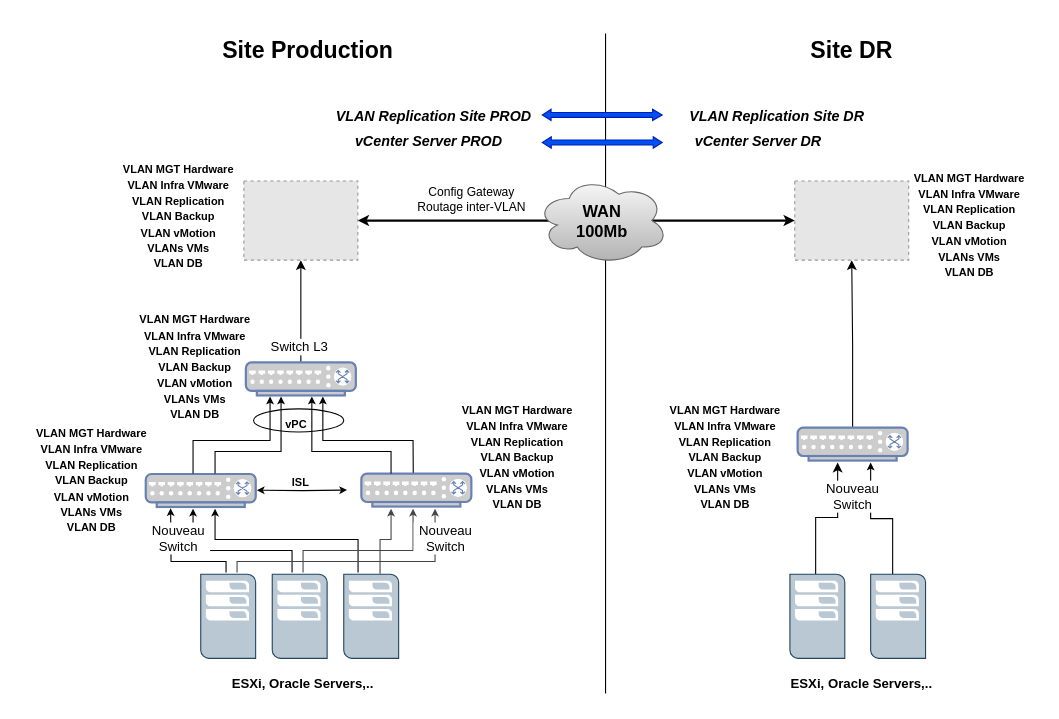
Earlier version of the draw.io diagram BIM_Network_F.drawio (DrXneaky/Diagram). Source tidied: cells renumbered, new cells numbered last; positions are measured from the earlier drawing's top-left corner, leaving out a move shared by most shapes. Both pictures are drawn from the tidied source at 110%, with x=0, y=0 at pixel (20, 33). Pictures stored in the file or linked from it are replaced by grey dashed boxes.
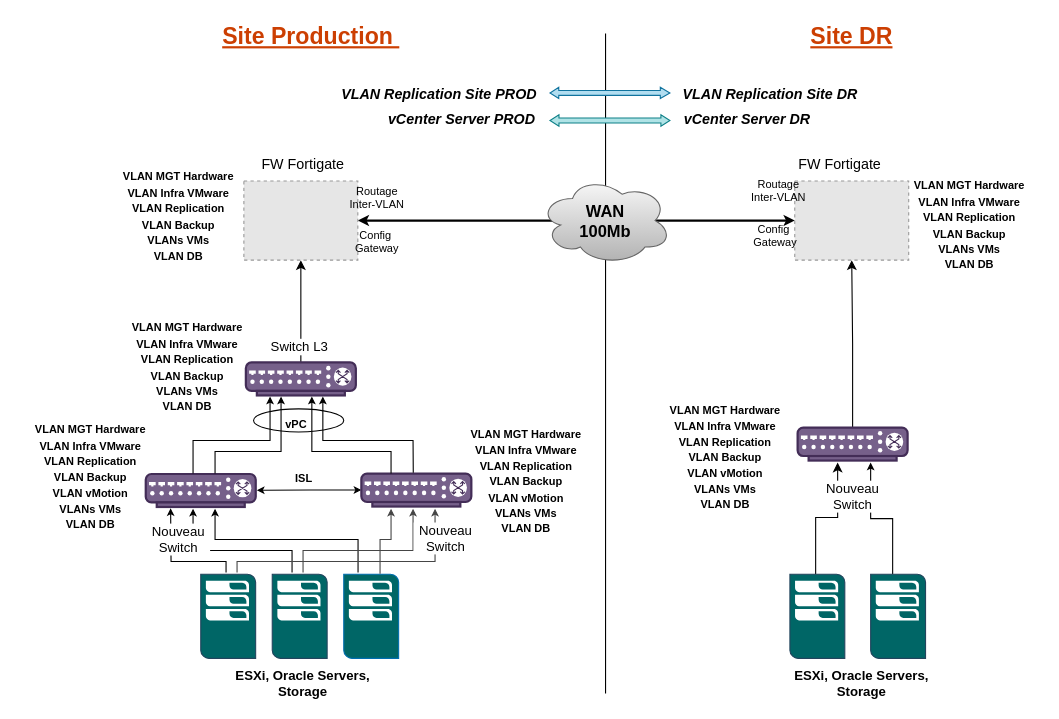
The same diagram, later.

The change refers to these unchanged cells:
```xml
<mxCell id="11" style="edgeStyle=orthogonalEdgeStyle;rounded=0;jettySize=auto;html=1;exitX=1;exitY=0.5;exitDx=0;exitDy=0;entryX=0.16;entryY=0.55;entryDx=0;entryDy=0;entryPerimeter=0;fontSize=11;startArrow=classic;startFill=1;endArrow=none;endFill=0;startSize=4;endSize=4;strokeColor=#000000;strokeWidth=2;" parent="1" edge="1" source="13" target="29">
  <mxGeometry relative="1" as="geometry">
    <Array as="points">
      <mxPoint x="506" y="170" />
      <mxPoint x="506" y="174" />
    </Array>
  </mxGeometry>
</mxCell>
```

What changed in the source:
```diff
@@
-    <mxCell id="3" style="fontColor=#0066CC;verticalAlign=top;verticalLabelPosition=bottom;labelPosition=center;align=center;html=1;outlineConnect=0;fillColor=#CCCCCC;strokeColor=#6881B3;gradientColor=none;gradientDirection=north;strokeWidth=2;shape=mxgraph.networks.switch;" parent="1" vertex="1">
+    <mxCell id="3" style="fontColor=#ffffff;verticalAlign=top;verticalLabelPosition=bottom;labelPosition=center;align=center;html=1;outlineConnect=0;fillColor=#76608a;strokeColor=#432D57;gradientDirection=north;strokeWidth=2;shape=mxgraph.networks.switch;" parent="1" vertex="1">
       <mxGeometry x="205" y="299" width="100" height="30" as="geometry" />
     </mxCell>
-    <mxCell id="4" style="edgeStyle=orthogonalEdgeStyle;rounded=0;orthogonalLoop=1;jettySize=auto;html=1;exitX=0;exitY=0.5;exitDx=0;exitDy=0;exitPerimeter=0;endArrow=classic;endFill=1;endSize=4;startArrow=classic;startFill=1;startSize=4;" parent="1" edge="1">
+    <mxCell id="4" style="edgeStyle=orthogonalEdgeStyle;rounded=0;jettySize=auto;html=1;endArrow=classic;endFill=1;endSize=4;startArrow=classic;startFill=1;startSize=4;exitX=0;exitY=0.5;exitDx=0;exitDy=0;exitPerimeter=0;" parent="1" edge="1" source="5">
       <mxGeometry relative="1" as="geometry">
-        <mxPoint x="297" y="415" as="sourcePoint" />
         <mxPoint x="215" y="415.2" as="targetPoint" />
       </mxGeometry>
     </mxCell>
-    <mxCell id="5" style="fontColor=#0066CC;verticalAlign=top;verticalLabelPosition=bottom;labelPosition=center;align=center;html=1;outlineConnect=0;fillColor=#CCCCCC;strokeColor=#6881B3;gradientColor=none;gradientDirection=north;strokeWidth=2;shape=mxgraph.networks.switch;" parent="1" vertex="1">
+    <mxCell id="5" style="verticalAlign=top;verticalLabelPosition=bottom;labelPosition=center;align=center;html=1;outlineConnect=0;gradientDirection=north;strokeWidth=2;shape=mxgraph.networks.switch;fillColor=#76608a;fontColor=#ffffff;strokeColor=#432D57;" parent="1" vertex="1">
       <mxGeometry x="310" y="400" width="100" height="30" as="geometry" />
     </mxCell>
-    <mxCell id="6" style="fontColor=#0066CC;verticalAlign=top;verticalLabelPosition=bottom;labelPosition=center;align=center;html=1;outlineConnect=0;fillColor=#CCCCCC;strokeColor=#6881B3;gradientColor=none;gradientDirection=north;strokeWidth=2;shape=mxgraph.networks.switch;" parent="1" vertex="1">
+    <mxCell id="6" style="fontColor=#ffffff;verticalAlign=top;verticalLabelPosition=bottom;labelPosition=center;align=center;html=1;outlineConnect=0;fillColor=#76608a;strokeColor=#432D57;gradientDirection=north;strokeWidth=2;shape=mxgraph.networks.switch;" parent="1" vertex="1">
       <mxGeometry x="114" y="400.4" width="100" height="30" as="geometry" />
     </mxCell>
-    <mxCell id="7" style="shadow=0;dashed=0;html=1;strokeColor=#23445d;fillColor=#bac8d3;labelPosition=center;verticalLabelPosition=bottom;verticalAlign=top;align=center;shape=mxgraph.veeam.2d.esx_esxi;" parent="1" vertex="1">
+    <mxCell id="7" style="shadow=0;dashed=0;html=1;strokeColor=#23445d;fillColor=#006666;labelPosition=center;verticalLabelPosition=bottom;verticalAlign=top;align=center;shape=mxgraph.veeam.2d.esx_esxi;" parent="1" vertex="1">
       <mxGeometry x="164" y="491.6" width="49.9" height="76.4" as="geometry" />
     </mxCell>
@@
-    <mxCell id="9" style="fontColor=#0066CC;verticalAlign=top;verticalLabelPosition=bottom;labelPosition=center;align=center;html=1;outlineConnect=0;fillColor=#CCCCCC;strokeColor=#6881B3;gradientColor=none;gradientDirection=north;strokeWidth=2;shape=mxgraph.networks.switch;" parent="1" vertex="1">
+    <mxCell id="9" style="fontColor=#ffffff;verticalAlign=top;verticalLabelPosition=bottom;labelPosition=center;align=center;html=1;outlineConnect=0;fillColor=#76608a;strokeColor=#432D57;gradientDirection=north;strokeWidth=2;shape=mxgraph.networks.switch;" parent="1" vertex="1">
       <mxGeometry x="706.6" y="358.2" width="100" height="30" as="geometry" />
     </mxCell>
@@
-    <mxCell id="12" value="Config Gateway&lt;br&gt;Routage inter-VLAN" style="edgeLabel;html=1;align=center;verticalAlign=middle;" parent="11" vertex="1">
-      <mxGeometry x="-0.33" relative="1" as="geometry">
-        <mxPoint x="29" y="-20" as="offset" />
-      </mxGeometry>
-    </mxCell>
@@
     <mxCell id="20" value="&lt;span style=&quot;font-size: 10px&quot;&gt;&lt;b&gt;ISL&lt;/b&gt;&lt;/span&gt;" style="text;html=1;strokeColor=none;fillColor=none;align=center;verticalAlign=middle;whiteSpace=wrap;rounded=0;" parent="1" vertex="1">
-      <mxGeometry x="240" y="398" width="30" height="19" as="geometry" />
+      <mxGeometry x="243" y="394.5" width="30" height="19" as="geometry" />
     </mxCell>
@@
-    <mxCell id="22" style="shadow=0;dashed=0;html=1;strokeColor=#23445d;fillColor=#bac8d3;labelPosition=center;verticalLabelPosition=bottom;verticalAlign=top;align=center;shape=mxgraph.veeam.2d.esx_esxi;" parent="1" vertex="1">
+    <mxCell id="22" style="shadow=0;dashed=0;html=1;strokeColor=#23445d;fillColor=#006666;labelPosition=center;verticalLabelPosition=bottom;verticalAlign=top;align=center;shape=mxgraph.veeam.2d.esx_esxi;" parent="1" vertex="1">
       <mxGeometry x="229" y="491.6" width="49.9" height="76.4" as="geometry" />
     </mxCell>
-    <mxCell id="23" style="shadow=0;dashed=0;html=1;strokeColor=#23445d;fillColor=#bac8d3;labelPosition=center;verticalLabelPosition=bottom;verticalAlign=top;align=center;shape=mxgraph.veeam.2d.esx_esxi;" parent="1" vertex="1">
+    <mxCell id="23" style="shadow=0;dashed=0;html=1;strokeColor=#006EAF;fillColor=#006666;labelPosition=center;verticalLabelPosition=bottom;verticalAlign=top;align=center;shape=mxgraph.veeam.2d.esx_esxi;fontColor=#ffffff;" parent="1" vertex="1">
       <mxGeometry x="294" y="491.6" width="49.9" height="76.4" as="geometry" />
     </mxCell>
@@
-    <mxCell id="25" style="shadow=0;dashed=0;html=1;strokeColor=#23445d;fillColor=#bac8d3;labelPosition=center;verticalLabelPosition=bottom;verticalAlign=top;align=center;outlineConnect=0;shape=mxgraph.veeam.2d.esx_esxi;" parent="1" vertex="1">
+    <mxCell id="25" style="shadow=0;dashed=0;html=1;strokeColor=#23445d;fillColor=#006666;labelPosition=center;verticalLabelPosition=bottom;verticalAlign=top;align=center;outlineConnect=0;shape=mxgraph.veeam.2d.esx_esxi;" parent="1" vertex="1">
       <mxGeometry x="699.6" y="491.6" width="49.9" height="76.4" as="geometry" />
     </mxCell>
@@
-    <mxCell id="27" style="shadow=0;dashed=0;html=1;strokeColor=#23445d;fillColor=#bac8d3;labelPosition=center;verticalLabelPosition=bottom;verticalAlign=top;align=center;outlineConnect=0;shape=mxgraph.veeam.2d.esx_esxi;" parent="1" vertex="1">
+    <mxCell id="27" style="shadow=0;dashed=0;html=1;strokeColor=#23445d;fillColor=#006666;labelPosition=center;verticalLabelPosition=bottom;verticalAlign=top;align=center;outlineConnect=0;shape=mxgraph.veeam.2d.esx_esxi;" parent="1" vertex="1">
       <mxGeometry x="773" y="491.6" width="49.9" height="76.4" as="geometry" />
     </mxCell>
@@
     <mxCell id="29" value="&lt;b style=&quot;font-size: 15px&quot;&gt;&lt;font style=&quot;font-size: 15px&quot;&gt;WAN&lt;br&gt;100Mb&lt;br&gt;&lt;/font&gt;&lt;/b&gt;" style="ellipse;shape=cloud;whiteSpace=wrap;html=1;fontSize=10;fillColor=#f5f5f5;gradientColor=#b3b3b3;strokeColor=#666666;" parent="1" vertex="1">
-      <mxGeometry x="469" y="130" width="120" height="80" as="geometry" />
+      <mxGeometry x="472" y="130" width="120" height="80" as="geometry" />
     </mxCell>
-    <mxCell id="30" value="&lt;b&gt;&lt;font style=&quot;font-size: 21px&quot;&gt;Site Production&amp;nbsp;&lt;/font&gt;&lt;/b&gt;" style="text;html=1;strokeColor=none;fillColor=none;align=center;verticalAlign=middle;whiteSpace=wrap;rounded=0;fontSize=15;" parent="1" vertex="1">
-      <mxGeometry x="182" width="165" height="30" as="geometry" />
+    <mxCell id="30" value="&lt;b&gt;&lt;font style=&quot;font-size: 21px&quot; color=&quot;#cc3f02&quot;&gt;&lt;u&gt;Site Production&amp;nbsp;&lt;/u&gt;&lt;/font&gt;&lt;/b&gt;" style="text;html=1;align=center;verticalAlign=middle;whiteSpace=wrap;rounded=0;fontSize=15;" parent="1" vertex="1">
+      <mxGeometry x="182" y="-13" width="165" height="30" as="geometry" />
     </mxCell>
-    <mxCell id="31" value="&lt;b&gt;&lt;font style=&quot;font-size: 21px&quot;&gt;Site DR&lt;/font&gt;&lt;/b&gt;" style="text;html=1;strokeColor=none;fillColor=none;align=center;verticalAlign=middle;whiteSpace=wrap;rounded=0;fontSize=15;" parent="1" vertex="1">
-      <mxGeometry x="689.9" width="132" height="30" as="geometry" />
+    <mxCell id="31" value="&lt;b&gt;&lt;font style=&quot;font-size: 21px&quot; color=&quot;#cc3f02&quot;&gt;&lt;u&gt;Site DR&lt;/u&gt;&lt;/font&gt;&lt;/b&gt;" style="text;html=1;strokeColor=none;fillColor=none;align=center;verticalAlign=middle;whiteSpace=wrap;rounded=0;fontSize=15;" parent="1" vertex="1">
+      <mxGeometry x="689.9" y="-13" width="132" height="30" as="geometry" />
     </mxCell>
-    <mxCell id="32" style="shape=flexArrow;endArrow=classic;startArrow=classic;html=1;rounded=0;fontSize=15;width=4.5810055865921795;endSize=2.387096774193548;endWidth=4.8618337380043934;startSize=2.387096774193548;startWidth=4.8618337380043934;fillColor=#0050ef;strokeColor=#001DBC;" parent="1" edge="1">
+    <mxCell id="32" style="shape=flexArrow;endArrow=classic;startArrow=classic;html=1;rounded=0;fontSize=15;width=4.5810055865921795;endSize=2.387096774193548;endWidth=4.8618337380043934;startSize=2.387096774193548;startWidth=4.8618337380043934;fillColor=#b0e3e6;strokeColor=#0e8088;" parent="1" edge="1">
       <mxGeometry relative="1" as="geometry">
-        <mxPoint x="474" y="99" as="sourcePoint" />
-        <mxPoint x="584" y="99" as="targetPoint" />
+        <mxPoint x="481" y="79" as="sourcePoint" />
+        <mxPoint x="591" y="79" as="targetPoint" />
       </mxGeometry>
     </mxCell>
-    <mxCell id="33" style="shape=flexArrow;endArrow=classic;startArrow=classic;html=1;rounded=0;fontSize=15;width=4.357541899441341;endSize=2.575418994413408;endWidth=4.888112106363722;startSize=2.321787709497207;startWidth=4.888112106363722;fillColor=#0050ef;strokeColor=#001DBC;" parent="1" edge="1">
+    <mxCell id="33" style="shape=flexArrow;endArrow=classic;startArrow=classic;html=1;rounded=0;fontSize=15;width=4.357541899441341;endSize=2.575418994413408;endWidth=4.888112106363722;startSize=2.321787709497207;startWidth=4.888112106363722;fillColor=#b1ddf0;strokeColor=#10739e;" parent="1" edge="1">
       <mxGeometry relative="1" as="geometry">
-        <mxPoint x="474" y="74" as="sourcePoint" />
-        <mxPoint x="584" y="74" as="targetPoint" />
+        <mxPoint x="481" y="54" as="sourcePoint" />
+        <mxPoint x="591" y="54" as="targetPoint" />
       </mxGeometry>
     </mxCell>
     <mxCell id="34" value="&lt;i&gt;&lt;b&gt;&lt;font style=&quot;font-size: 13px&quot;&gt;VLAN Replication Site PROD&lt;/font&gt;&lt;/b&gt;&lt;/i&gt;" style="text;html=1;strokeColor=none;fillColor=none;align=center;verticalAlign=middle;whiteSpace=wrap;rounded=0;fontSize=15;" parent="1" vertex="1">
-      <mxGeometry x="271" y="59" width="210" height="30" as="geometry" />
+      <mxGeometry x="276" y="39" width="210" height="30" as="geometry" />
     </mxCell>
     <mxCell id="35" value="&lt;i&gt;&lt;b&gt;&lt;font style=&quot;font-size: 13px&quot;&gt;VLAN Replication Site DR&lt;/font&gt;&lt;/b&gt;&lt;/i&gt;" style="text;html=1;strokeColor=none;fillColor=none;align=center;verticalAlign=middle;whiteSpace=wrap;rounded=0;fontSize=15;" parent="1" vertex="1">
-      <mxGeometry x="593" y="59" width="190" height="30" as="geometry" />
+      <mxGeometry x="587" y="39" width="190" height="30" as="geometry" />
     </mxCell>
     <mxCell id="36" value="&lt;i&gt;&lt;font style=&quot;font-size: 13px&quot;&gt;&lt;b&gt;vCenter Server PROD&lt;/b&gt;&lt;/font&gt;&lt;/i&gt;" style="text;html=1;strokeColor=none;fillColor=none;align=center;verticalAlign=middle;whiteSpace=wrap;rounded=0;fontSize=15;" parent="1" vertex="1">
-      <mxGeometry x="288" y="82" width="167" height="30" as="geometry" />
+      <mxGeometry x="318" y="62" width="167" height="30" as="geometry" />
     </mxCell>
     <mxCell id="37" value="&lt;i&gt;&lt;font style=&quot;font-size: 13px&quot;&gt;&lt;b&gt;vCenter Server DR&lt;/b&gt;&lt;/font&gt;&lt;/i&gt;" style="text;html=1;strokeColor=none;fillColor=none;align=center;verticalAlign=middle;whiteSpace=wrap;rounded=0;fontSize=15;" parent="1" vertex="1">
-      <mxGeometry x="600" y="82" width="142" height="30" as="geometry" />
+      <mxGeometry x="590" y="62" width="142" height="30" as="geometry" />
     </mxCell>
@@
-    <mxCell id="44" value="&lt;b&gt;ESXi, Oracle Servers,..&lt;/b&gt;" style="text;html=1;strokeColor=none;fillColor=none;align=center;verticalAlign=middle;whiteSpace=wrap;rounded=0;" parent="1" vertex="1">
+    <mxCell id="44" value="&lt;b&gt;ESXi, Oracle Servers, Storage&lt;/b&gt;" style="text;html=1;strokeColor=none;fillColor=none;align=center;verticalAlign=middle;whiteSpace=wrap;rounded=0;" parent="1" vertex="1">
       <mxGeometry x="187" y="576" width="140" height="30" as="geometry" />
     </mxCell>
@@
     <mxCell id="46" value="Nouveau Switch" style="text;html=1;strokeColor=none;fillColor=none;align=center;verticalAlign=middle;whiteSpace=wrap;rounded=0;labelBorderColor=none;labelBackgroundColor=default;" parent="1" vertex="1">
-      <mxGeometry x="114" y="450" width="60" height="18" as="geometry" />
+      <mxGeometry x="114" y="450" width="60" height="20" as="geometry" />
     </mxCell>
@@
-    <mxCell id="48" value="&lt;b&gt;ESXi, Oracle Servers,..&lt;/b&gt;" style="text;html=1;strokeColor=none;fillColor=none;align=center;verticalAlign=middle;whiteSpace=wrap;rounded=0;" parent="1" vertex="1">
+    <mxCell id="48" value="&lt;b&gt;ESXi, Oracle Servers, Storage&lt;/b&gt;" style="text;html=1;strokeColor=none;fillColor=none;align=center;verticalAlign=middle;whiteSpace=wrap;rounded=0;" parent="1" vertex="1">
       <mxGeometry x="694.5" y="576" width="140" height="30" as="geometry" />
     </mxCell>
@@
     <mxCell id="50" value="&lt;b style=&quot;font-size: 10px ; background-color: rgb(255 , 255 , 255)&quot;&gt;VLAN MGT Hardware&lt;br&gt;VLAN Infra VMware&lt;br&gt;VLAN Replication&lt;br&gt;VLAN Backup&lt;br&gt;VLAN vMotion&lt;br&gt;VLANs VMs&lt;br&gt;VLAN DB&lt;/b&gt;" style="text;html=1;strokeColor=none;fillColor=none;align=center;verticalAlign=middle;whiteSpace=wrap;rounded=0;" parent="1" vertex="1">
-      <mxGeometry y="351" width="130" height="110" as="geometry" />
+      <mxGeometry x="-1" y="348" width="130" height="110" as="geometry" />
     </mxCell>
-    <mxCell id="51" value="&lt;b style=&quot;font-size: 10px ; background-color: rgb(255 , 255 , 255)&quot;&gt;VLAN MGT Hardware&lt;br&gt;VLAN Infra VMware&lt;br&gt;VLAN Replication&lt;br&gt;VLAN Backup&lt;br&gt;VLAN vMotion&lt;br&gt;VLANs VMs&lt;br&gt;VLAN DB&lt;/b&gt;" style="text;html=1;strokeColor=none;fillColor=none;align=center;verticalAlign=middle;whiteSpace=wrap;rounded=0;" parent="1" vertex="1">
-      <mxGeometry x="94" y="248.2" width="130" height="110" as="geometry" />
+    <mxCell id="51" value="&lt;b style=&quot;font-size: 10px ; background-color: rgb(255 , 255 , 255)&quot;&gt;VLAN MGT Hardware&lt;br&gt;VLAN Infra VMware&lt;br&gt;VLAN Replication&lt;br&gt;VLAN Backup&lt;br&gt;VLANs VMs&lt;br&gt;VLAN DB&lt;/b&gt;" style="text;html=1;strokeColor=none;fillColor=none;align=center;verticalAlign=middle;whiteSpace=wrap;rounded=0;" parent="1" vertex="1">
+      <mxGeometry x="87" y="248.2" width="130" height="110" as="geometry" />
     </mxCell>
     <mxCell id="52" value="&lt;b style=&quot;font-size: 10px ; background-color: rgb(255 , 255 , 255)&quot;&gt;VLAN MGT Hardware&lt;br&gt;VLAN Infra VMware&lt;br&gt;VLAN Replication&lt;br&gt;VLAN Backup&lt;br&gt;VLAN vMotion&lt;br&gt;VLANs VMs&lt;br&gt;VLAN DB&lt;/b&gt;" style="text;html=1;strokeColor=none;fillColor=none;align=center;verticalAlign=middle;whiteSpace=wrap;rounded=0;" parent="1" vertex="1">
-      <mxGeometry x="387" y="330" width="130" height="110" as="geometry" />
+      <mxGeometry x="395" y="352" width="130" height="110" as="geometry" />
     </mxCell>
-    <mxCell id="53" value="&lt;b style=&quot;font-size: 10px ; background-color: rgb(255 , 255 , 255)&quot;&gt;VLAN MGT Hardware&lt;br&gt;VLAN Infra VMware&lt;br&gt;VLAN Replication&lt;br&gt;VLAN Backup&lt;br&gt;VLAN vMotion&lt;br&gt;VLANs VMs&lt;br&gt;VLAN DB&lt;/b&gt;" style="text;html=1;strokeColor=none;fillColor=none;align=center;verticalAlign=middle;whiteSpace=wrap;rounded=0;" parent="1" vertex="1">
+    <mxCell id="53" value="&lt;b style=&quot;font-size: 10px ; background-color: rgb(255 , 255 , 255)&quot;&gt;VLAN MGT Hardware&lt;br&gt;VLAN Infra VMware&lt;br&gt;VLAN Replication&lt;br&gt;VLAN Backup&lt;br&gt;VLANs VMs&lt;br&gt;VLAN DB&lt;/b&gt;" style="text;html=1;strokeColor=none;fillColor=none;align=center;verticalAlign=middle;whiteSpace=wrap;rounded=0;" parent="1" vertex="1">
       <mxGeometry x="79" y="111" width="130" height="110" as="geometry" />
     </mxCell>
@@
-    <mxCell id="55" value="&lt;b style=&quot;font-size: 10px ; background-color: rgb(255 , 255 , 255)&quot;&gt;VLAN MGT Hardware&lt;br&gt;VLAN Infra VMware&lt;br&gt;VLAN Replication&lt;br&gt;VLAN Backup&lt;br&gt;VLAN vMotion&lt;br&gt;VLANs VMs&lt;br&gt;VLAN DB&lt;/b&gt;" style="text;html=1;strokeColor=none;fillColor=none;align=center;verticalAlign=middle;whiteSpace=wrap;rounded=0;" parent="1" vertex="1">
+    <mxCell id="55" value="&lt;b style=&quot;font-size: 10px ; background-color: rgb(255 , 255 , 255)&quot;&gt;VLAN MGT Hardware&lt;br&gt;VLAN Infra VMware&lt;br&gt;VLAN Replication&lt;br&gt;VLAN Backup&lt;br&gt;VLANs VMs&lt;br&gt;VLAN DB&lt;/b&gt;" style="text;html=1;strokeColor=none;fillColor=none;align=center;verticalAlign=middle;whiteSpace=wrap;rounded=0;" parent="1" vertex="1">
       <mxGeometry x="797.6" y="119" width="130" height="110" as="geometry" />
     </mxCell>
+    <mxCell id="56" value="&lt;font style=&quot;font-size: 13px&quot;&gt;FW Fortigate&amp;nbsp;&lt;/font&gt;" style="text;html=1;strokeColor=none;fillColor=none;align=center;verticalAlign=middle;whiteSpace=wrap;rounded=0;labelBorderColor=none;labelBackgroundColor=default;" parent="1" vertex="1">
+      <mxGeometry x="217" y="110" width="84" height="18" as="geometry" />
+    </mxCell>
+    <mxCell id="57" value="&lt;font style=&quot;font-size: 13px&quot;&gt;FW Fortigate&amp;nbsp;&lt;/font&gt;" style="text;html=1;strokeColor=none;fillColor=none;align=center;verticalAlign=middle;whiteSpace=wrap;rounded=0;labelBorderColor=none;labelBackgroundColor=default;" parent="1" vertex="1">
+      <mxGeometry x="705" y="110" width="84" height="18" as="geometry" />
+    </mxCell>
+    <mxCell id="58" value="&lt;div style=&quot;font-size: 10px&quot;&gt;&lt;font style=&quot;font-size: 10px&quot;&gt;Config&amp;nbsp;&lt;/font&gt;&lt;/div&gt;&lt;div style=&quot;font-size: 10px&quot;&gt;&lt;font style=&quot;font-size: 10px&quot;&gt;Gateway&lt;/font&gt;&lt;/div&gt;" style="text;html=1;strokeColor=none;fillColor=none;align=center;verticalAlign=middle;whiteSpace=wrap;rounded=0;fontSize=21;" parent="1" vertex="1">
+      <mxGeometry x="302" y="179" width="45" height="20" as="geometry" />
+    </mxCell>
+    <mxCell id="59" value="&lt;div style=&quot;font-size: 10px&quot;&gt;Routage Inter-VLAN&lt;/div&gt;" style="text;html=1;strokeColor=none;fillColor=none;align=center;verticalAlign=middle;whiteSpace=wrap;rounded=0;fontSize=21;" parent="1" vertex="1">
+      <mxGeometry x="295" y="139" width="59" height="20" as="geometry" />
+    </mxCell>
+    <mxCell id="60" value="&lt;div style=&quot;font-size: 10px&quot;&gt;&lt;font style=&quot;font-size: 10px&quot;&gt;Config&amp;nbsp;&lt;/font&gt;&lt;/div&gt;&lt;div style=&quot;font-size: 10px&quot;&gt;&lt;font style=&quot;font-size: 10px&quot;&gt;Gateway&lt;/font&gt;&lt;/div&gt;" style="text;html=1;strokeColor=none;fillColor=none;align=center;verticalAlign=middle;whiteSpace=wrap;rounded=0;fontSize=21;" parent="1" vertex="1">
+      <mxGeometry x="663.5" y="174" width="45" height="20" as="geometry" />
+    </mxCell>
+    <mxCell id="61" value="&lt;div style=&quot;font-size: 10px&quot;&gt;Routage Inter-VLAN&lt;/div&gt;" style="text;html=1;strokeColor=none;fillColor=none;align=center;verticalAlign=middle;whiteSpace=wrap;rounded=0;fontSize=21;" parent="1" vertex="1">
+      <mxGeometry x="659.5" y="133" width="59" height="20" as="geometry" />
+    </mxCell>
```
